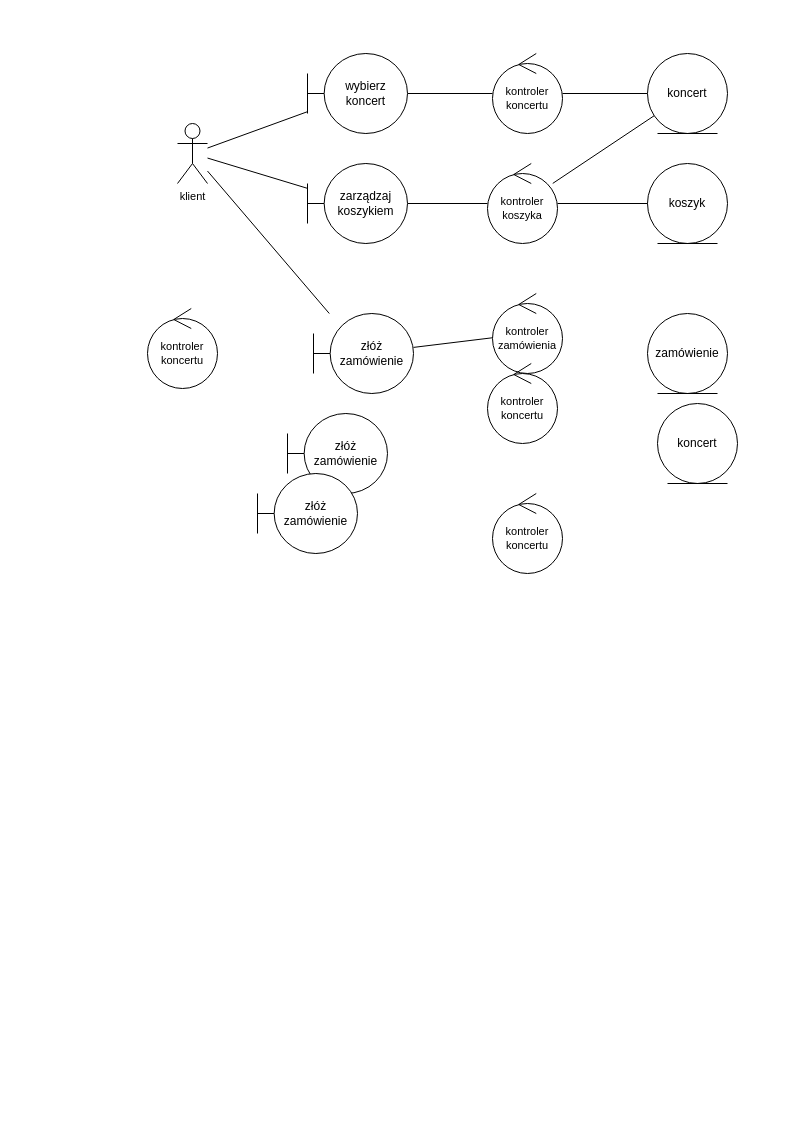
Earlier version of the draw.io diagram page "poprawny" (2 of 2) of diagram_analityczny.drawio (imgres2002/projekt_PSI). Source tidied: cells renumbered, new cells numbered last; positions are measured from the earlier drawing's top-left corner, leaving out a move shared by most shapes. Both pictures are drawn from the tidied source at 100%, with x=0, y=0 at pixel (147, 53).
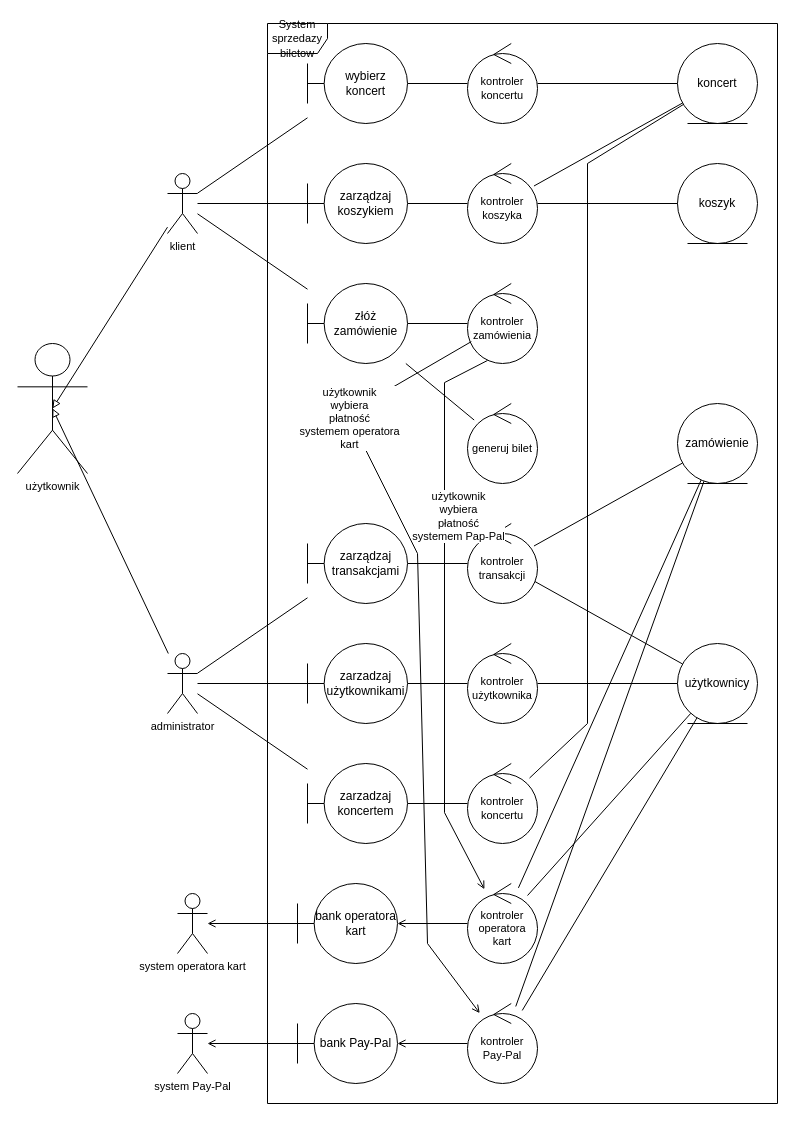
After the change.

Diff of the diagram source:
```diff
@@
     <mxCell id="3" value="wybierz koncert" style="shape=umlBoundary;whiteSpace=wrap;html=1;" parent="1" vertex="1">
-      <mxGeometry x="160" width="100" height="80" as="geometry" />
+      <mxGeometry x="160" y="-10" width="100" height="80" as="geometry" />
     </mxCell>
@@
+    <mxCell id="27" style="edgeStyle=none;shape=connector;rounded=0;jettySize=auto;html=1;entryX=0.5;entryY=0.5;entryDx=0;entryDy=0;entryPerimeter=0;labelBackgroundColor=default;strokeColor=default;fontFamily=Helvetica;fontSize=11;fontColor=default;endArrow=block;endFill=0;" parent="1" edge="1" source="7" target="38">
+      <mxGeometry relative="1" as="geometry" />
+    </mxCell>
     <mxCell id="7" value="klient" style="shape=umlActor;verticalLabelPosition=bottom;verticalAlign=top;html=1;fontFamily=Helvetica;fontSize=11;fontColor=default;" parent="1" vertex="1">
-      <mxGeometry x="30" y="70" width="30" height="60" as="geometry" />
+      <mxGeometry x="20" y="120" width="30" height="60" as="geometry" />
     </mxCell>
@@
     <mxCell id="9" value="kontroler koncertu" style="ellipse;shape=umlControl;whiteSpace=wrap;html=1;fontFamily=Helvetica;fontSize=11;fontColor=default;" parent="1" vertex="1">
-      <mxGeometry x="345" width="70" height="80" as="geometry" />
+      <mxGeometry x="320" y="-10" width="70" height="80" as="geometry" />
     </mxCell>
     <mxCell id="10" value="koncert" style="ellipse;shape=umlEntity;whiteSpace=wrap;html=1;" parent="1" vertex="1">
-      <mxGeometry x="500" width="80" height="80" as="geometry" />
+      <mxGeometry x="530" y="-10" width="80" height="80" as="geometry" />
     </mxCell>
@@
+    <mxCell id="28" style="rounded=0;jettySize=auto;html=1;endArrow=none;endFill=0;" parent="1" edge="1" source="12" target="16">
+      <mxGeometry relative="1" as="geometry" />
+    </mxCell>
     <mxCell id="12" value="złóż zamówienie" style="shape=umlBoundary;whiteSpace=wrap;html=1;" parent="1" vertex="1">
-      <mxGeometry x="166" y="260" width="100" height="80" as="geometry" />
+      <mxGeometry x="160" y="230" width="100" height="80" as="geometry" />
     </mxCell>
     <mxCell id="13" value="kontroler zamówienia" style="ellipse;shape=umlControl;whiteSpace=wrap;html=1;fontFamily=Helvetica;fontSize=11;fontColor=default;" parent="1" vertex="1">
-      <mxGeometry x="345" y="240" width="70" height="80" as="geometry" />
+      <mxGeometry x="320" y="230" width="70" height="80" as="geometry" />
     </mxCell>
+    <mxCell id="29" style="edgeStyle=none;shape=connector;rounded=0;jettySize=auto;html=1;labelBackgroundColor=default;strokeColor=default;fontFamily=Helvetica;fontSize=11;fontColor=default;endArrow=none;endFill=0;" parent="1" edge="1" source="14" target="17">
+      <mxGeometry relative="1" as="geometry" />
+    </mxCell>
+    <mxCell id="30" style="edgeStyle=none;shape=connector;rounded=0;jettySize=auto;html=1;labelBackgroundColor=default;strokeColor=default;fontFamily=Helvetica;fontSize=11;fontColor=default;endArrow=none;endFill=0;" parent="1" edge="1" source="14" target="44">
+      <mxGeometry relative="1" as="geometry" />
+    </mxCell>
-    <mxCell id="14" value="kontroler koncertu" style="ellipse;shape=umlControl;whiteSpace=wrap;html=1;fontFamily=Helvetica;fontSize=11;fontColor=default;" parent="1" vertex="1">
-      <mxGeometry x="345" y="440" width="70" height="80" as="geometry" />
+    <mxCell id="14" value="kontroler transakcji" style="ellipse;shape=umlControl;whiteSpace=wrap;html=1;fontFamily=Helvetica;fontSize=11;fontColor=default;" parent="1" vertex="1">
+      <mxGeometry x="320" y="470" width="70" height="80" as="geometry" />
     </mxCell>
-    <mxCell id="15" value="kontroler koncertu" style="ellipse;shape=umlControl;whiteSpace=wrap;html=1;fontFamily=Helvetica;fontSize=11;fontColor=default;" parent="1" vertex="1">
-      <mxGeometry y="255" width="70" height="80" as="geometry" />
-    </mxCell>
-    <mxCell id="16" value="kontroler koncertu" style="ellipse;shape=umlControl;whiteSpace=wrap;html=1;fontFamily=Helvetica;fontSize=11;fontColor=default;" parent="1" vertex="1">
-      <mxGeometry x="340" y="310" width="70" height="80" as="geometry" />
+    <mxCell id="16" value="generuj bilet" style="ellipse;shape=umlControl;whiteSpace=wrap;html=1;fontFamily=Helvetica;fontSize=11;fontColor=default;" parent="1" vertex="1">
+      <mxGeometry x="320" y="350" width="70" height="80" as="geometry" />
     </mxCell>
     <mxCell id="17" value="zamówienie" style="ellipse;shape=umlEntity;whiteSpace=wrap;html=1;" parent="1" vertex="1">
-      <mxGeometry x="500" y="260" width="80" height="80" as="geometry" />
+      <mxGeometry x="530" y="350" width="80" height="80" as="geometry" />
     </mxCell>
     <mxCell id="18" value="koszyk" style="ellipse;shape=umlEntity;whiteSpace=wrap;html=1;" parent="1" vertex="1">
-      <mxGeometry x="500" y="110" width="80" height="80" as="geometry" />
+      <mxGeometry x="530" y="110" width="80" height="80" as="geometry" />
     </mxCell>
-    <mxCell id="19" value="koncert" style="ellipse;shape=umlEntity;whiteSpace=wrap;html=1;" parent="1" vertex="1">
-      <mxGeometry x="510" y="350" width="80" height="80" as="geometry" />
-    </mxCell>
@@
+    <mxCell id="31" style="edgeStyle=none;shape=connector;rounded=0;jettySize=auto;html=1;labelBackgroundColor=default;strokeColor=default;fontFamily=Helvetica;fontSize=11;fontColor=default;endArrow=none;endFill=0;" parent="1" edge="1" source="22" target="36">
+      <mxGeometry relative="1" as="geometry" />
+    </mxCell>
-    <mxCell id="22" value="złóż zamówienie" style="shape=umlBoundary;whiteSpace=wrap;html=1;" parent="1" vertex="1">
-      <mxGeometry x="140" y="360" width="100" height="80" as="geometry" />
+    <mxCell id="22" value="zarzadzaj użytkownikami" style="shape=umlBoundary;whiteSpace=wrap;html=1;" parent="1" vertex="1">
+      <mxGeometry x="160" y="590" width="100" height="80" as="geometry" />
     </mxCell>
+    <mxCell id="32" style="edgeStyle=none;shape=connector;rounded=0;jettySize=auto;html=1;labelBackgroundColor=default;strokeColor=default;fontFamily=Helvetica;fontSize=11;fontColor=default;endArrow=none;endFill=0;" parent="1" edge="1" source="23" target="15">
+      <mxGeometry relative="1" as="geometry" />
+    </mxCell>
-    <mxCell id="23" value="złóż zamówienie" style="shape=umlBoundary;whiteSpace=wrap;html=1;" parent="1" vertex="1">
-      <mxGeometry x="110" y="420" width="100" height="80" as="geometry" />
+    <mxCell id="23" value="zarzadzaj koncertem" style="shape=umlBoundary;whiteSpace=wrap;html=1;" parent="1" vertex="1">
+      <mxGeometry x="160" y="710" width="100" height="80" as="geometry" />
     </mxCell>
@@
-    <mxCell id="25" style="edgeStyle=none;shape=connector;rounded=0;jettySize=auto;html=1;labelBackgroundColor=default;strokeColor=default;fontFamily=Helvetica;fontSize=11;fontColor=default;endArrow=none;endFill=0;" parent="1" edge="1" source="26" target="10">
+    <mxCell id="25" style="rounded=0;jettySize=auto;html=1;endArrow=none;endFill=0;" parent="1" edge="1" source="26" target="10">
       <mxGeometry relative="1" as="geometry" />
     </mxCell>
     <mxCell id="26" value="kontroler koszyka" style="ellipse;shape=umlControl;whiteSpace=wrap;html=1;fontFamily=Helvetica;fontSize=11;fontColor=default;" parent="1" vertex="1">
-      <mxGeometry x="340" y="110" width="70" height="80" as="geometry" />
+      <mxGeometry x="320" y="110" width="70" height="80" as="geometry" />
     </mxCell>
+    <mxCell id="33" style="edgeStyle=none;shape=connector;rounded=0;jettySize=auto;html=1;labelBackgroundColor=default;strokeColor=default;fontFamily=Helvetica;fontSize=11;fontColor=default;endArrow=none;endFill=0;" parent="1" edge="1" source="34" target="14">
+      <mxGeometry relative="1" as="geometry" />
+    </mxCell>
+    <mxCell id="34" value="zarządzaj transakcjami" style="shape=umlBoundary;whiteSpace=wrap;html=1;" parent="1" vertex="1">
+      <mxGeometry x="160" y="470" width="100" height="80" as="geometry" />
+    </mxCell>
+    <mxCell id="35" style="edgeStyle=none;shape=connector;rounded=0;jettySize=auto;html=1;labelBackgroundColor=default;strokeColor=default;fontFamily=Helvetica;fontSize=11;fontColor=default;endArrow=none;endFill=0;" parent="1" edge="1" source="36" target="44">
+      <mxGeometry relative="1" as="geometry" />
+    </mxCell>
+    <mxCell id="36" value="kontroler użytkownika" style="ellipse;shape=umlControl;whiteSpace=wrap;html=1;fontFamily=Helvetica;fontSize=11;fontColor=default;" parent="1" vertex="1">
+      <mxGeometry x="320" y="590" width="70" height="80" as="geometry" />
+    </mxCell>
+    <mxCell id="37" style="edgeStyle=none;shape=connector;rounded=0;jettySize=auto;html=1;labelBackgroundColor=default;strokeColor=default;fontFamily=Helvetica;fontSize=11;fontColor=default;endArrow=none;endFill=0;" parent="1" edge="1" source="15" target="10">
+      <mxGeometry relative="1" as="geometry">
+        <Array as="points">
+          <mxPoint x="440" y="670" />
+          <mxPoint x="440" y="110" />
+        </Array>
+      </mxGeometry>
+    </mxCell>
+    <mxCell id="15" value="kontroler koncertu" style="ellipse;shape=umlControl;whiteSpace=wrap;html=1;fontFamily=Helvetica;fontSize=11;fontColor=default;" parent="1" vertex="1">
+      <mxGeometry x="320" y="710" width="70" height="80" as="geometry" />
+    </mxCell>
+    <mxCell id="38" value="użytkownik" style="shape=umlActor;verticalLabelPosition=bottom;verticalAlign=top;html=1;outlineConnect=0;fontFamily=Helvetica;fontSize=11;fontColor=default;" parent="1" vertex="1">
+      <mxGeometry x="-130" y="290" width="70" height="130" as="geometry" />
+    </mxCell>
+    <mxCell id="39" style="edgeStyle=none;shape=connector;rounded=0;jettySize=auto;html=1;entryX=0.5;entryY=0.5;entryDx=0;entryDy=0;entryPerimeter=0;labelBackgroundColor=default;strokeColor=default;fontFamily=Helvetica;fontSize=11;fontColor=default;endArrow=block;endFill=0;startArrow=none;startFill=0;" parent="1" edge="1" source="43" target="38">
+      <mxGeometry relative="1" as="geometry" />
+    </mxCell>
+    <mxCell id="40" style="edgeStyle=none;shape=connector;rounded=0;jettySize=auto;html=1;labelBackgroundColor=default;strokeColor=default;fontFamily=Helvetica;fontSize=11;fontColor=default;endArrow=none;endFill=0;" parent="1" edge="1" source="43" target="34">
+      <mxGeometry relative="1" as="geometry" />
+    </mxCell>
+    <mxCell id="41" style="edgeStyle=none;shape=connector;rounded=0;jettySize=auto;html=1;labelBackgroundColor=default;strokeColor=default;fontFamily=Helvetica;fontSize=11;fontColor=default;endArrow=none;endFill=0;" parent="1" edge="1" source="43" target="22">
+      <mxGeometry relative="1" as="geometry" />
+    </mxCell>
+    <mxCell id="42" style="edgeStyle=none;shape=connector;rounded=0;jettySize=auto;html=1;labelBackgroundColor=default;strokeColor=default;fontFamily=Helvetica;fontSize=11;fontColor=default;endArrow=none;endFill=0;" parent="1" edge="1" source="43" target="23">
+      <mxGeometry relative="1" as="geometry" />
+    </mxCell>
+    <mxCell id="43" value="administrator" style="shape=umlActor;verticalLabelPosition=bottom;verticalAlign=top;html=1;outlineConnect=0;fontFamily=Helvetica;fontSize=11;fontColor=default;" parent="1" vertex="1">
+      <mxGeometry x="20" y="600" width="30" height="60" as="geometry" />
+    </mxCell>
+    <mxCell id="44" value="użytkownicy" style="ellipse;shape=umlEntity;whiteSpace=wrap;html=1;" parent="1" vertex="1">
+      <mxGeometry x="530" y="590" width="80" height="80" as="geometry" />
+    </mxCell>
+    <mxCell id="45" value="&lt;font style=&quot;font-size: 11px;&quot;&gt;System sprzedazy biletow&lt;/font&gt;" style="shape=umlFrame;whiteSpace=wrap;html=1;" parent="1" vertex="1">
+      <mxGeometry x="120" y="-30" width="510" height="1080" as="geometry" />
+    </mxCell>
+    <mxCell id="46" style="edgeStyle=none;shape=connector;rounded=0;jettySize=auto;html=1;labelBackgroundColor=default;strokeColor=default;fontFamily=Helvetica;fontSize=11;fontColor=default;endArrow=none;endFill=0;startArrow=open;startFill=0;" parent="1" edge="1" source="47" target="51">
+      <mxGeometry relative="1" as="geometry" />
+    </mxCell>
+    <mxCell id="47" value="system operatora kart" style="shape=umlActor;verticalLabelPosition=bottom;verticalAlign=top;html=1;outlineConnect=0;fontFamily=Helvetica;fontSize=11;fontColor=default;" parent="1" vertex="1">
+      <mxGeometry x="30" y="840" width="30" height="60" as="geometry" />
+    </mxCell>
+    <mxCell id="48" style="edgeStyle=none;shape=connector;rounded=0;jettySize=auto;html=1;labelBackgroundColor=default;strokeColor=default;fontFamily=Helvetica;fontSize=11;fontColor=default;endArrow=none;endFill=0;startArrow=open;startFill=0;" parent="1" edge="1" source="49" target="53">
+      <mxGeometry relative="1" as="geometry" />
+    </mxCell>
+    <mxCell id="49" value="system Pay-Pal" style="shape=umlActor;verticalLabelPosition=bottom;verticalAlign=top;html=1;outlineConnect=0;fontFamily=Helvetica;fontSize=11;fontColor=default;" parent="1" vertex="1">
+      <mxGeometry x="30" y="960" width="30" height="60" as="geometry" />
+    </mxCell>
+    <mxCell id="50" style="edgeStyle=none;shape=connector;rounded=0;jettySize=auto;html=1;labelBackgroundColor=default;strokeColor=default;fontFamily=Helvetica;fontSize=11;fontColor=default;endArrow=none;endFill=0;startArrow=open;startFill=0;" parent="1" edge="1" source="51" target="58">
+      <mxGeometry relative="1" as="geometry" />
+    </mxCell>
+    <mxCell id="51" value="bank operatora kart" style="shape=umlBoundary;whiteSpace=wrap;html=1;" parent="1" vertex="1">
+      <mxGeometry x="150" y="830" width="100" height="80" as="geometry" />
+    </mxCell>
+    <mxCell id="52" style="edgeStyle=none;shape=connector;rounded=0;jettySize=auto;html=1;labelBackgroundColor=default;strokeColor=default;fontFamily=Helvetica;fontSize=11;fontColor=default;endArrow=none;endFill=0;startArrow=open;startFill=0;" parent="1" edge="1" source="53" target="63">
+      <mxGeometry relative="1" as="geometry" />
+    </mxCell>
+    <mxCell id="53" value="bank Pay-Pal" style="shape=umlBoundary;whiteSpace=wrap;html=1;" parent="1" vertex="1">
+      <mxGeometry x="150" y="950" width="100" height="80" as="geometry" />
+    </mxCell>
+    <mxCell id="54" style="edgeStyle=none;shape=connector;rounded=0;jettySize=auto;html=1;labelBackgroundColor=default;strokeColor=default;fontFamily=Helvetica;fontSize=11;fontColor=default;endArrow=none;endFill=0;" parent="1" edge="1" source="58" target="44">
+      <mxGeometry relative="1" as="geometry" />
+    </mxCell>
+    <mxCell id="55" style="edgeStyle=none;shape=connector;rounded=0;jettySize=auto;html=1;labelBackgroundColor=default;strokeColor=default;fontFamily=Helvetica;fontSize=11;fontColor=default;endArrow=none;endFill=0;" parent="1" edge="1" source="58" target="17">
+      <mxGeometry relative="1" as="geometry" />
+    </mxCell>
+    <mxCell id="56" style="edgeStyle=none;shape=connector;rounded=0;jettySize=auto;html=1;labelBackgroundColor=default;strokeColor=default;fontFamily=Helvetica;fontSize=11;fontColor=default;endArrow=none;endFill=0;startArrow=open;startFill=0;entryX=0.286;entryY=0.962;entryDx=0;entryDy=0;entryPerimeter=0;" parent="1" edge="1" source="58" target="13">
+      <mxGeometry relative="1" as="geometry">
+        <Array as="points">
+          <mxPoint x="297" y="759.1" />
+          <mxPoint x="297" y="329.1" />
+        </Array>
+      </mxGeometry>
+    </mxCell>
+    <mxCell id="57" value="użytkownik&lt;br&gt;wybiera&lt;br&gt;płatność&lt;br&gt;systemem Pap-Pal" style="edgeLabel;html=1;align=center;verticalAlign=middle;fontSize=11;fontFamily=Helvetica;fontColor=default;" parent="56" vertex="1">
+      <mxGeometry x="0.45" relative="1" as="geometry">
+        <mxPoint x="13" y="26" as="offset" />
+      </mxGeometry>
+    </mxCell>
+    <mxCell id="58" value="kontroler operatora kart" style="ellipse;shape=umlControl;whiteSpace=wrap;html=1;fontFamily=Helvetica;fontSize=11;fontColor=default;" parent="1" vertex="1">
+      <mxGeometry x="320" y="830" width="70" height="80" as="geometry" />
+    </mxCell>
+    <mxCell id="59" style="edgeStyle=none;shape=connector;rounded=0;jettySize=auto;html=1;labelBackgroundColor=default;strokeColor=default;fontFamily=Helvetica;fontSize=11;fontColor=default;endArrow=none;endFill=0;" parent="1" edge="1" source="63" target="44">
+      <mxGeometry relative="1" as="geometry" />
+    </mxCell>
+    <mxCell id="60" style="edgeStyle=none;shape=connector;rounded=0;jettySize=auto;html=1;labelBackgroundColor=default;strokeColor=default;fontFamily=Helvetica;fontSize=11;fontColor=default;endArrow=none;endFill=0;" parent="1" edge="1" source="63" target="17">
+      <mxGeometry relative="1" as="geometry" />
+    </mxCell>
+    <mxCell id="61" style="edgeStyle=none;shape=connector;rounded=0;jettySize=auto;html=1;labelBackgroundColor=default;strokeColor=default;fontFamily=Helvetica;fontSize=11;fontColor=default;endArrow=none;endFill=0;startArrow=open;startFill=0;" parent="1" edge="1" source="63" target="13">
+      <mxGeometry relative="1" as="geometry">
+        <Array as="points">
+          <mxPoint x="280" y="890" />
+          <mxPoint x="270" y="500" />
+          <mxPoint x="200" y="360" />
+        </Array>
+      </mxGeometry>
+    </mxCell>
+    <mxCell id="62" value="użytkownik&lt;br&gt;wybiera&lt;br&gt;płatność&lt;br&gt;systemem operatora&lt;br&gt;kart" style="edgeLabel;html=1;align=center;verticalAlign=middle;fontSize=11;fontFamily=Helvetica;fontColor=default;" parent="61" vertex="1">
+      <mxGeometry x="0.62" y="1" relative="1" as="geometry" />
+    </mxCell>
+    <mxCell id="63" value="kontroler Pay-Pal" style="ellipse;shape=umlControl;whiteSpace=wrap;html=1;fontFamily=Helvetica;fontSize=11;fontColor=default;" parent="1" vertex="1">
+      <mxGeometry x="320" y="950" width="70" height="80" as="geometry" />
+    </mxCell>
```
